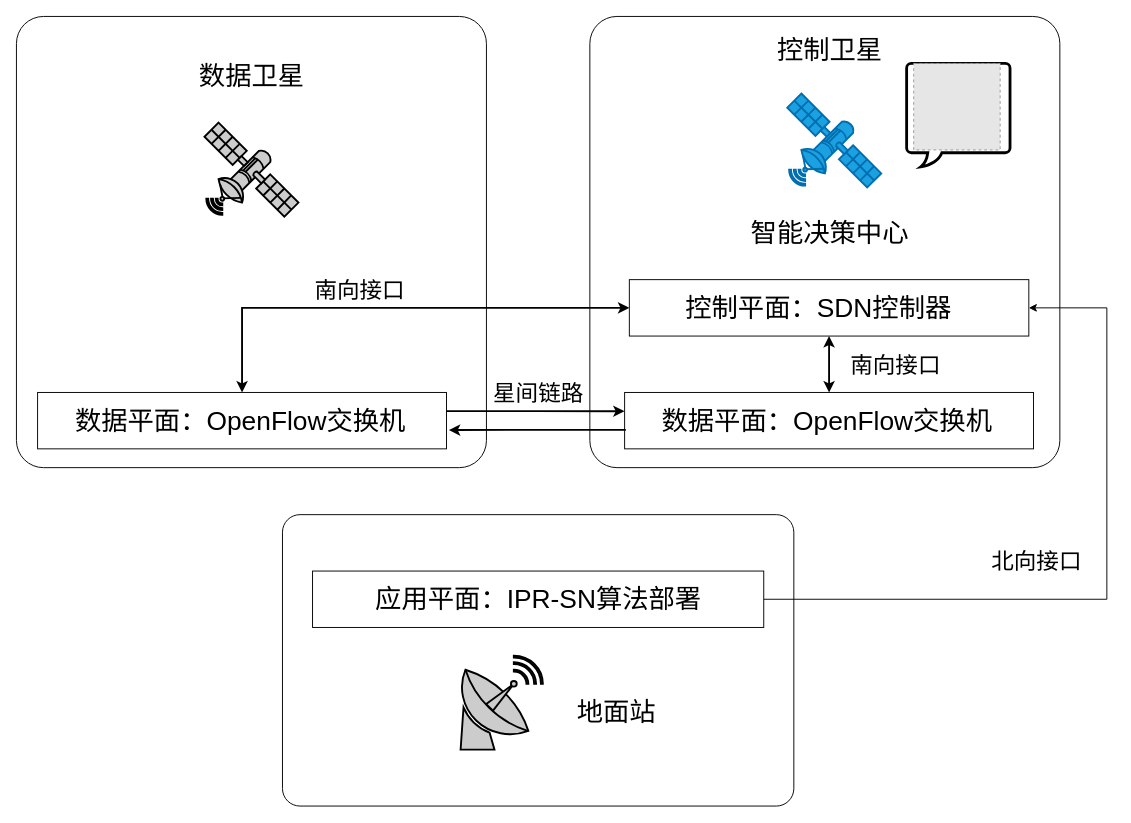
The draw.io diagram page "算法2SDN" (14 of 16) of drawio.drawio in peachhhhh/satellite, before the edit. Source tidied: cells renumbered, new cells numbered last; positions are measured from the earlier drawing's top-left corner, leaving out a move shared by most shapes. Both pictures are drawn from the tidied source at 94%, with x=0, y=0 at pixel (16, 16). Pictures stored in the file or linked from it are replaced by grey dashed boxes.
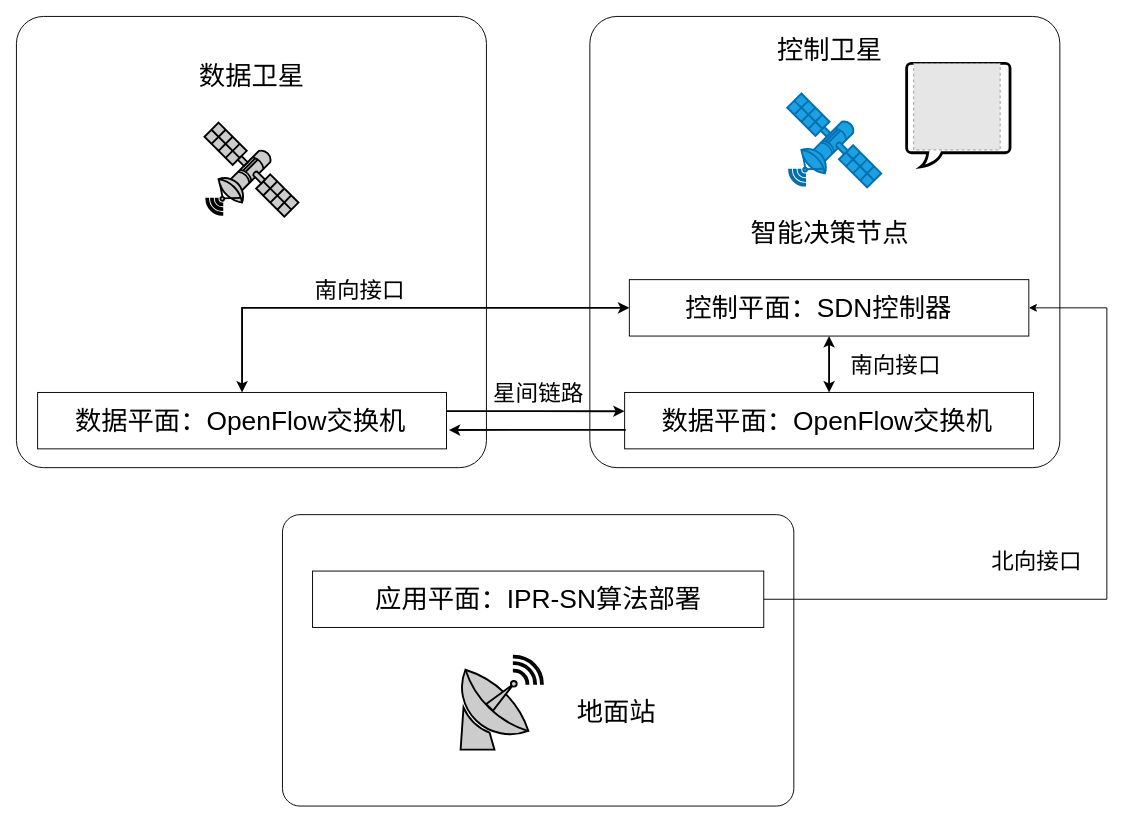
Above is the later version.

Diff of the diagram source:
```diff
@@
-    <mxCell id="23" value="&lt;span&gt;&lt;span style=&quot;font-style: normal&quot;&gt;智能决策中心&lt;/span&gt;&lt;br&gt;&lt;/span&gt;" style="text;html=1;align=center;verticalAlign=middle;fontSize=28;fontColor=#000000;fontStyle=2;" parent="1" vertex="1">
+    <mxCell id="23" value="&lt;span&gt;&lt;span style=&quot;font-style: normal&quot;&gt;智能决策节点&lt;/span&gt;&lt;br&gt;&lt;/span&gt;" style="text;html=1;align=center;verticalAlign=middle;fontSize=28;fontColor=#000000;fontStyle=2;" parent="1" vertex="1">
       <mxGeometry x="774.5" y="210" width="180" height="40" as="geometry" />
     </mxCell>
```
